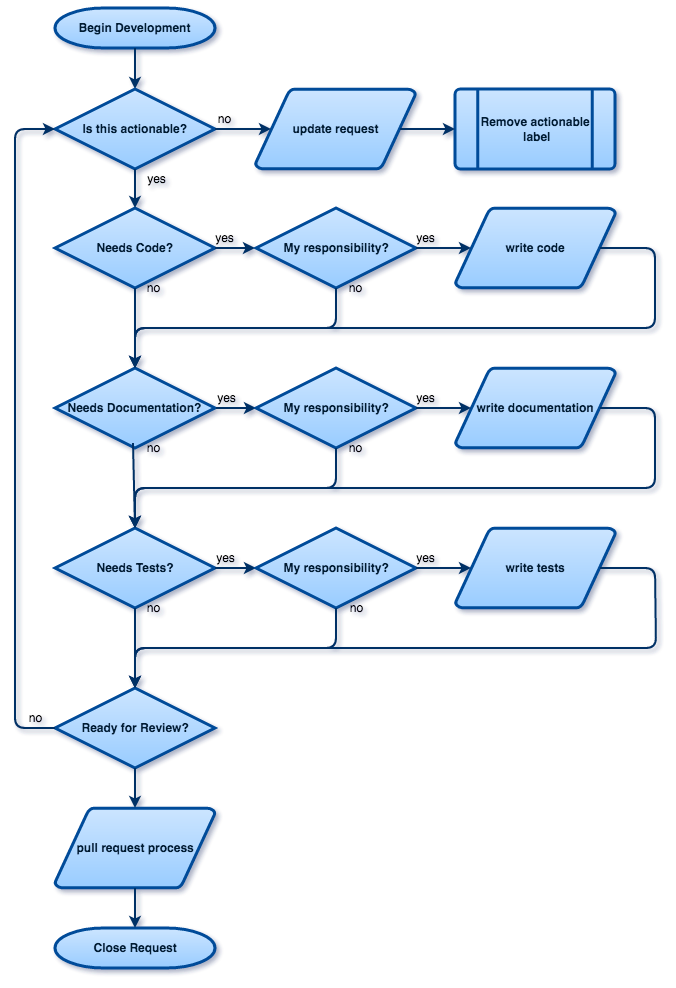
This is development/development_workflow.png from fru-io/handbook, a draw.io export, as it was before one commit. Source tidied: cells renumbered, new cells last; positions are measured from the earlier drawing's top-left corner, leaving out a move shared by most shapes.
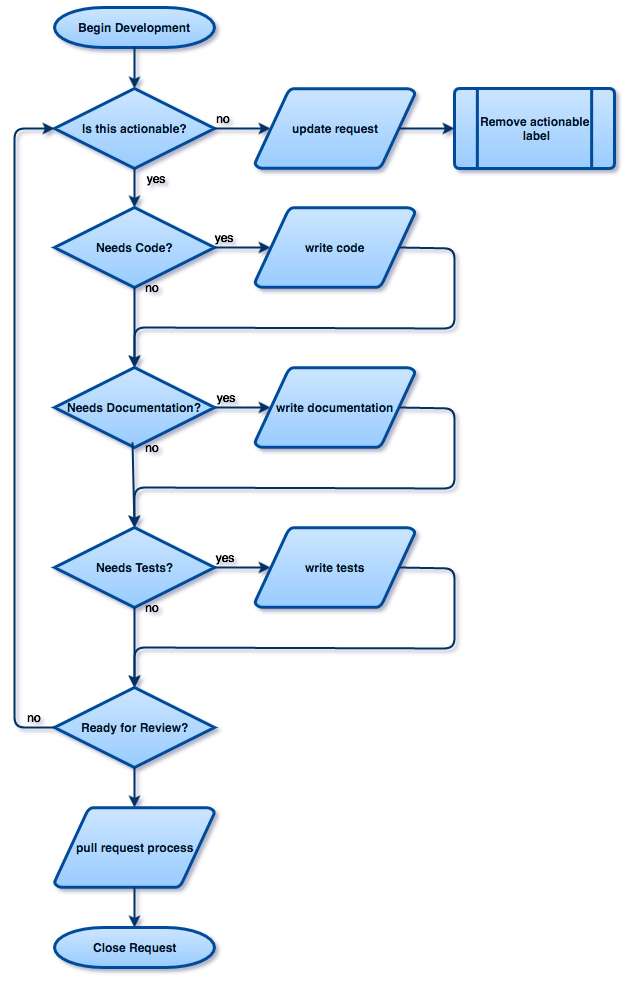
The same diagram one commit later.

Commit message:
Moving development_workflow resources.

The edit, as a diff of the source:
```diff
@@ -17,7 +17,7 @@
     <mxCell id="6" value="Close Request" style="shape=mxgraph.flowchart.terminator;fillColor=#99CCFF;strokeColor=#004C99;strokeWidth=3;gradientColor=#CCE5FF;gradientDirection=north;fontColor=#001933;fontStyle=1;html=1;" parent="1" vertex="1">
       <mxGeometry x="40" y="920" width="160" height="40" as="geometry" />
     </mxCell>
-    <mxCell id="7" style="fontColor=#001933;fontStyle=1;strokeColor=#003366;strokeWidth=2;html=1;exitX=1;exitY=0.5;exitPerimeter=0;entryX=0;entryY=0.5;entryPerimeter=0;" parent="1" edge="1" source="5" target="40">
+    <mxCell id="7" style="fontColor=#001933;fontStyle=1;strokeColor=#003366;strokeWidth=2;html=1;exitX=1;exitY=0.5;exitPerimeter=0;entryX=0.095;entryY=0.5;entryPerimeter=0;" parent="1" edge="1" source="5" target="22">
       <mxGeometry x="628" y="-2945" as="geometry" />
     </mxCell>
     <mxCell id="8" value="yes" style="text;html=1;strokeColor=none;fillColor=none;align=center;verticalAlign=middle;whiteSpace=wrap;" parent="1" vertex="1">
@@ -50,10 +50,8 @@
     <mxCell id="17" value="Needs Code?" style="shape=mxgraph.flowchart.decision;fillColor=#99CCFF;strokeColor=#004C99;strokeWidth=3;gradientColor=#CCE5FF;gradientDirection=north;fontColor=#001933;fontStyle=1;html=1;" parent="1" vertex="1">
       <mxGeometry x="40" y="200" width="160" height="80" as="geometry" />
     </mxCell>
-    <mxCell id="18" style="fontColor=#001933;fontStyle=1;strokeColor=#003366;strokeWidth=2;html=1;exitX=1;exitY=0.5;exitPerimeter=0;" parent="1" edge="1" source="17">
-      <mxGeometry x="608" y="-3075" as="geometry">
-        <mxPoint x="240" y="240" as="targetPoint" />
-      </mxGeometry>
+    <mxCell id="18" style="fontColor=#001933;fontStyle=1;strokeColor=#003366;strokeWidth=2;html=1;exitX=1;exitY=0.5;exitPerimeter=0;entryX=0.095;entryY=0.5;entryPerimeter=0;" parent="1" edge="1" source="17" target="21">
+      <mxGeometry x="608" y="-3075" as="geometry" />
     </mxCell>
     <mxCell id="19" value="yes" style="text;html=1;strokeColor=none;fillColor=none;align=center;verticalAlign=middle;whiteSpace=wrap;" parent="1" vertex="1">
       <mxGeometry x="189" y="220" width="40" height="20" as="geometry" />
@@ -62,13 +60,13 @@
       <mxGeometry x="118" y="270" width="40" height="20" as="geometry" />
     </mxCell>
     <mxCell id="21" value="write code" style="shape=mxgraph.flowchart.data;fillColor=#99CCFF;strokeColor=#004C99;strokeWidth=3;gradientColor=#CCE5FF;gradientDirection=north;fontColor=#001933;fontStyle=1;html=1;" parent="1" vertex="1">
-      <mxGeometry x="440.5" y="200" width="160" height="80" as="geometry" />
+      <mxGeometry x="240.5" y="200" width="160" height="80" as="geometry" />
     </mxCell>
     <mxCell id="22" value="write tests" style="shape=mxgraph.flowchart.data;fillColor=#99CCFF;strokeColor=#004C99;strokeWidth=3;gradientColor=#CCE5FF;gradientDirection=north;fontColor=#001933;fontStyle=1;html=1;" parent="1" vertex="1">
-      <mxGeometry x="440.5" y="520" width="160" height="80" as="geometry" />
+      <mxGeometry x="240.5" y="520" width="160" height="80" as="geometry" />
     </mxCell>
     <mxCell id="23" value="write documentation" style="shape=mxgraph.flowchart.data;fillColor=#99CCFF;strokeColor=#004C99;strokeWidth=3;gradientColor=#CCE5FF;gradientDirection=north;fontColor=#001933;fontStyle=1;html=1;" parent="1" vertex="1">
-      <mxGeometry x="440.5" y="360" width="160" height="80" as="geometry" />
+      <mxGeometry x="240.5" y="360" width="160" height="80" as="geometry" />
     </mxCell>
     <mxCell id="24" value="Ready for Review?" style="shape=mxgraph.flowchart.decision;fillColor=#99CCFF;strokeColor=#004C99;strokeWidth=3;gradientColor=#CCE5FF;gradientDirection=north;fontColor=#001933;fontStyle=1;html=1;" parent="1" vertex="1">
       <mxGeometry x="40" y="680" width="160" height="80" as="geometry" />
@@ -88,8 +86,8 @@
     <mxCell id="29" style="fontColor=#001933;fontStyle=1;strokeColor=#003366;strokeWidth=2;html=1;exitX=0.905;exitY=0.5;exitPerimeter=0;entryX=0.5;entryY=0;entryPerimeter=0;" parent="1" edge="1" source="21" target="4">
       <mxGeometry x="684" y="-3027" as="geometry">
         <Array as="points">
-          <mxPoint x="640" y="240" />
-          <mxPoint x="640" y="320" />
+          <mxPoint x="440" y="241" />
+          <mxPoint x="440" y="321" />
           <mxPoint x="120" y="320" />
         </Array>
       </mxGeometry>
@@ -97,14 +95,14 @@
     <mxCell id="30" style="fontColor=#001933;fontStyle=1;strokeColor=#003366;strokeWidth=2;html=1;exitX=0.5;exitY=1;exitPerimeter=0;entryX=0.5;entryY=0;entryPerimeter=0;" parent="1" edge="1" source="17" target="4">
       <mxGeometry x="694" y="-3017" as="geometry" />
     </mxCell>
-    <mxCell id="31" style="fontColor=#001933;fontStyle=1;strokeColor=#003366;strokeWidth=2;html=1;exitX=0.25;exitY=1;entryX=0;entryY=0.5;entryPerimeter=0;" parent="1" edge="1" source="8" target="37">
+    <mxCell id="31" style="fontColor=#001933;fontStyle=1;strokeColor=#003366;strokeWidth=2;html=1;exitX=0.25;exitY=1;entryX=0.095;entryY=0.5;entryPerimeter=0;" parent="1" edge="1" source="8" target="23">
       <mxGeometry x="704" y="-3007" as="geometry" />
     </mxCell>
     <mxCell id="32" style="fontColor=#001933;fontStyle=1;strokeColor=#003366;strokeWidth=2;html=1;exitX=0.905;exitY=0.5;exitPerimeter=0;entryX=0.5;entryY=0;entryPerimeter=0;" parent="1" edge="1" source="23" target="5">
       <mxGeometry x="714" y="-2997" as="geometry">
         <Array as="points">
-          <mxPoint x="640" y="400" />
-          <mxPoint x="640" y="480" />
+          <mxPoint x="440" y="401" />
+          <mxPoint x="440" y="481" />
           <mxPoint x="120" y="480" />
         </Array>
       </mxGeometry>
@@ -112,35 +110,14 @@
     <mxCell id="33" style="fontColor=#001933;fontStyle=1;strokeColor=#003366;strokeWidth=2;html=1;exitX=0;exitY=0.25;entryX=0.5;entryY=0;entryPerimeter=0;" parent="1" edge="1" source="10" target="5">
       <mxGeometry x="724" y="-2987" as="geometry" />
     </mxCell>
-    <mxCell id="34" value="My responsibility?" style="shape=mxgraph.flowchart.decision;fillColor=#99CCFF;strokeColor=#004C99;strokeWidth=3;gradientColor=#CCE5FF;gradientDirection=north;fontColor=#001933;fontStyle=1;html=1;" parent="1" vertex="1">
-      <mxGeometry x="241" y="200" width="160" height="80" as="geometry" />
-    </mxCell>
     <mxCell id="35" value="no" style="text;html=1;strokeColor=none;fillColor=none;align=center;verticalAlign=middle;whiteSpace=wrap;" parent="1" vertex="1">
       <mxGeometry x="189" y="101" width="40" height="20" as="geometry" />
     </mxCell>
-    <mxCell id="36" value="yes" style="text;html=1;strokeColor=none;fillColor=none;align=center;verticalAlign=middle;whiteSpace=wrap;" parent="1" vertex="1">
-      <mxGeometry x="390" y="220" width="40" height="20" as="geometry" />
-    </mxCell>
-    <mxCell id="37" value="My responsibility?" style="shape=mxgraph.flowchart.decision;fillColor=#99CCFF;strokeColor=#004C99;strokeWidth=3;gradientColor=#CCE5FF;gradientDirection=north;fontColor=#001933;fontStyle=1;html=1;" parent="1" vertex="1">
-      <mxGeometry x="241" y="360" width="160" height="80" as="geometry" />
-    </mxCell>
-    <mxCell id="38" style="fontColor=#001933;fontStyle=1;strokeColor=#003366;strokeWidth=2;html=1;exitX=1;exitY=0.5;entryX=0.095;entryY=0.5;entryPerimeter=0;exitPerimeter=0;" parent="1" edge="1" source="37" target="23">
-      <mxGeometry x="714" y="-2997" as="geometry" />
-    </mxCell>
-    <mxCell id="39" style="fontColor=#001933;fontStyle=1;strokeColor=#003366;strokeWidth=2;html=1;exitX=1;exitY=0.5;entryX=0.095;entryY=0.5;entryPerimeter=0;exitPerimeter=0;" parent="1" edge="1" source="34" target="21">
-      <mxGeometry x="724" y="-2987" as="geometry" />
-    </mxCell>
-    <mxCell id="40" value="My responsibility?" style="shape=mxgraph.flowchart.decision;fillColor=#99CCFF;strokeColor=#004C99;strokeWidth=3;gradientColor=#CCE5FF;gradientDirection=north;fontColor=#001933;fontStyle=1;html=1;" parent="1" vertex="1">
-      <mxGeometry x="241" y="520" width="160" height="80" as="geometry" />
-    </mxCell>
-    <mxCell id="41" style="fontColor=#001933;fontStyle=1;strokeColor=#003366;strokeWidth=2;html=1;exitX=1;exitY=0.5;entryX=0.095;entryY=0.5;entryPerimeter=0;exitPerimeter=0;" parent="1" edge="1" source="40" target="22">
-      <mxGeometry x="724" y="-2987" as="geometry" />
-    </mxCell>
     <mxCell id="42" style="fontColor=#001933;fontStyle=1;strokeColor=#003366;strokeWidth=2;html=1;exitX=0.905;exitY=0.5;entryX=0.5;entryY=0;entryPerimeter=0;exitPerimeter=0;" parent="1" edge="1" source="22" target="24">
       <mxGeometry x="734" y="-2977" as="geometry">
         <Array as="points">
-          <mxPoint x="640" y="560" />
-          <mxPoint x="641" y="640" />
+          <mxPoint x="440" y="561" />
+          <mxPoint x="440" y="641" />
           <mxPoint x="120" y="640" />
         </Array>
       </mxGeometry>
@@ -165,47 +142,8 @@
     <mxCell id="47" value="no" style="text;html=1;strokeColor=none;fillColor=none;align=center;verticalAlign=middle;whiteSpace=wrap;" parent="1" vertex="1">
       <mxGeometry y="700" width="40" height="20" as="geometry" />
     </mxCell>
-    <mxCell id="48" style="fontColor=#001933;fontStyle=1;strokeColor=#003366;strokeWidth=2;html=1;exitX=0.5;exitY=1;exitPerimeter=0;entryX=0.5;entryY=0;entryPerimeter=0;" parent="1" edge="1" source="34" target="4">
-      <mxGeometry x="654" y="-3057" as="geometry">
-        <Array as="points">
-          <mxPoint x="321" y="320" />
-          <mxPoint x="120" y="320" />
-        </Array>
-      </mxGeometry>
-    </mxCell>
-    <mxCell id="49" style="fontColor=#001933;fontStyle=1;strokeColor=#003366;strokeWidth=2;html=1;exitX=0.5;exitY=1;exitPerimeter=0;entryX=0.5;entryY=0;entryPerimeter=0;" parent="1" edge="1" source="37" target="5">
-      <mxGeometry x="664" y="-3047" as="geometry">
-        <Array as="points">
-          <mxPoint x="321" y="480" />
-          <mxPoint x="120" y="480" />
-        </Array>
-      </mxGeometry>
-    </mxCell>
-    <mxCell id="50" style="fontColor=#001933;fontStyle=1;strokeColor=#003366;strokeWidth=2;html=1;exitX=0.5;exitY=1;exitPerimeter=0;entryX=0.5;entryY=0;entryPerimeter=0;" parent="1" edge="1" source="40" target="24">
-      <mxGeometry x="674" y="-3037" as="geometry">
-        <Array as="points">
-          <mxPoint x="321" y="640" />
-          <mxPoint x="120" y="640" />
-        </Array>
-      </mxGeometry>
-    </mxCell>
     <mxCell id="51" value="yes" style="text;html=1;strokeColor=none;fillColor=none;align=center;verticalAlign=middle;whiteSpace=wrap;" parent="1" vertex="1">
       <mxGeometry x="121" y="161" width="40" height="20" as="geometry" />
     </mxCell>
-    <mxCell id="52" value="yes" style="text;html=1;strokeColor=none;fillColor=none;align=center;verticalAlign=middle;whiteSpace=wrap;" parent="1" vertex="1">
-      <mxGeometry x="390" y="380" width="40" height="20" as="geometry" />
-    </mxCell>
-    <mxCell id="53" value="yes" style="text;html=1;strokeColor=none;fillColor=none;align=center;verticalAlign=middle;whiteSpace=wrap;" parent="1" vertex="1">
-      <mxGeometry x="390" y="540" width="40" height="20" as="geometry" />
-    </mxCell>
-    <mxCell id="54" value="no" style="text;html=1;strokeColor=none;fillColor=none;align=center;verticalAlign=middle;whiteSpace=wrap;" parent="1" vertex="1">
-      <mxGeometry x="320" y="270" width="40" height="20" as="geometry" />
-    </mxCell>
-    <mxCell id="55" value="no" style="text;html=1;strokeColor=none;fillColor=none;align=center;verticalAlign=middle;whiteSpace=wrap;" parent="1" vertex="1">
-      <mxGeometry x="321" y="590" width="40" height="20" as="geometry" />
-    </mxCell>
-    <mxCell id="56" value="no" style="text;html=1;strokeColor=none;fillColor=none;align=center;verticalAlign=middle;whiteSpace=wrap;" parent="1" vertex="1">
-      <mxGeometry x="320" y="430" width="40" height="20" as="geometry" />
-    </mxCell>
   </root>
 </mxGraphModel>
```
